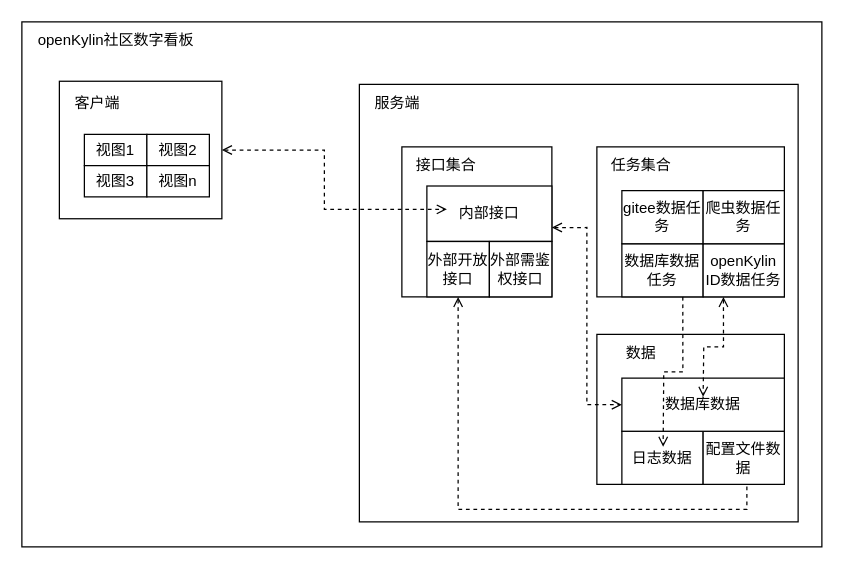
The draw.io diagram 1层逻辑模型.drawio in weijiang1994/draw-io, before the edit. Source tidied: cells renumbered, new cells numbered last; positions are measured from the earlier drawing's top-left corner, leaving out a move shared by most shapes. Both pictures are drawn from the tidied source at 125%, with x=0, y=0 at pixel (21, 21).
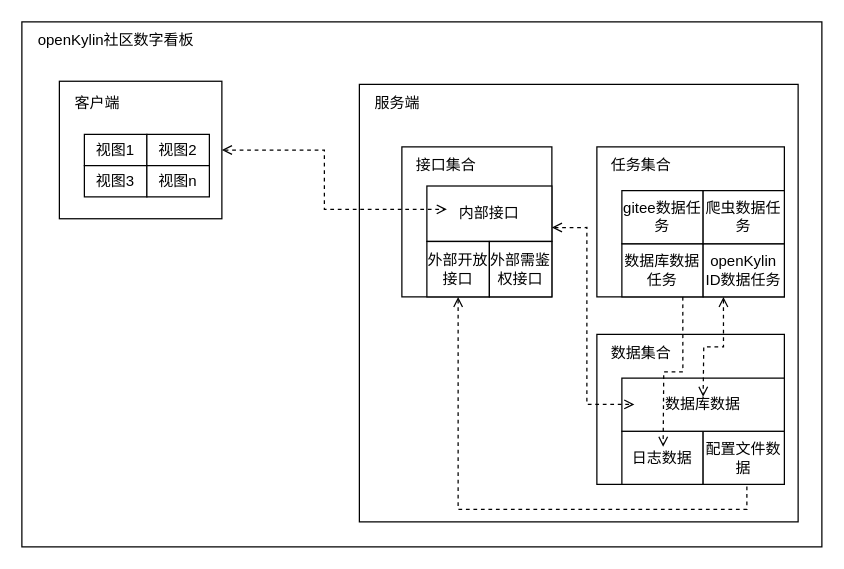
The same page after the edit.

Commit message (it also covers changes not shown here):
更新1层逻辑模型.drawio

Unchanged cells that the change refers to:
```xml
<mxCell id="2" style="group;" parent="1" vertex="1">
  <mxGeometry width="640" height="420" as="geometry" />
</mxCell>
<mxCell id="8" value="内部接口" style="rounded=0;whiteSpace=wrap;html=1;" parent="6" vertex="1">
  <mxGeometry x="20" y="31.3" width="100" height="44.3" as="geometry" />
</mxCell>
<mxCell id="19" style="group;" parent="2" vertex="1">
  <mxGeometry x="460" y="250" width="150" height="120" as="geometry" />
</mxCell>
<mxCell id="23" value="数据库数据" style="rounded=0;whiteSpace=wrap;html=1;" parent="19" vertex="1">
  <mxGeometry x="20" y="35" width="130" height="42.5" as="geometry" />
</mxCell>
```

The edit, as a diff of the source:
```diff
@@
-    <mxCell id="24" value="数据" style="text;html=1;align=center;verticalAlign=middle;strokeColor=none;fillColor=none;" parent="19" vertex="1">
-      <mxGeometry x="10" width="50" height="30" as="geometry" />
+    <mxCell id="24" value="数据集合" style="text;html=1;align=center;verticalAlign=middle;strokeColor=none;fillColor=none;" parent="19" vertex="1">
+      <mxGeometry width="70" height="30" as="geometry" />
     </mxCell>
@@
-    <mxCell id="26" style="edgeStyle=orthogonalEdgeStyle;rounded=0;jettySize=auto;html=1;exitX=1;exitY=0.75;exitDx=0;exitDy=0;entryX=0;entryY=0.5;entryDx=0;entryDy=0;endArrow=open;endFill=0;startArrow=open;startFill=0;dashed=1;" parent="2" edge="1" source="8" target="23">
-      <mxGeometry relative="1" as="geometry" />
+    <mxCell id="26" style="edgeStyle=orthogonalEdgeStyle;rounded=0;jettySize=auto;html=1;exitX=1;exitY=0.75;exitDx=0;exitDy=0;endArrow=open;endFill=0;startArrow=open;startFill=0;dashed=1;" parent="2" edge="1" source="8">
+      <mxGeometry relative="1" as="geometry">
+        <mxPoint x="490" y="306" as="targetPoint" />
+        <Array as="points">
+          <mxPoint x="452" y="165" />
+          <mxPoint x="452" y="306" />
+        </Array>
+      </mxGeometry>
     </mxCell>
```
